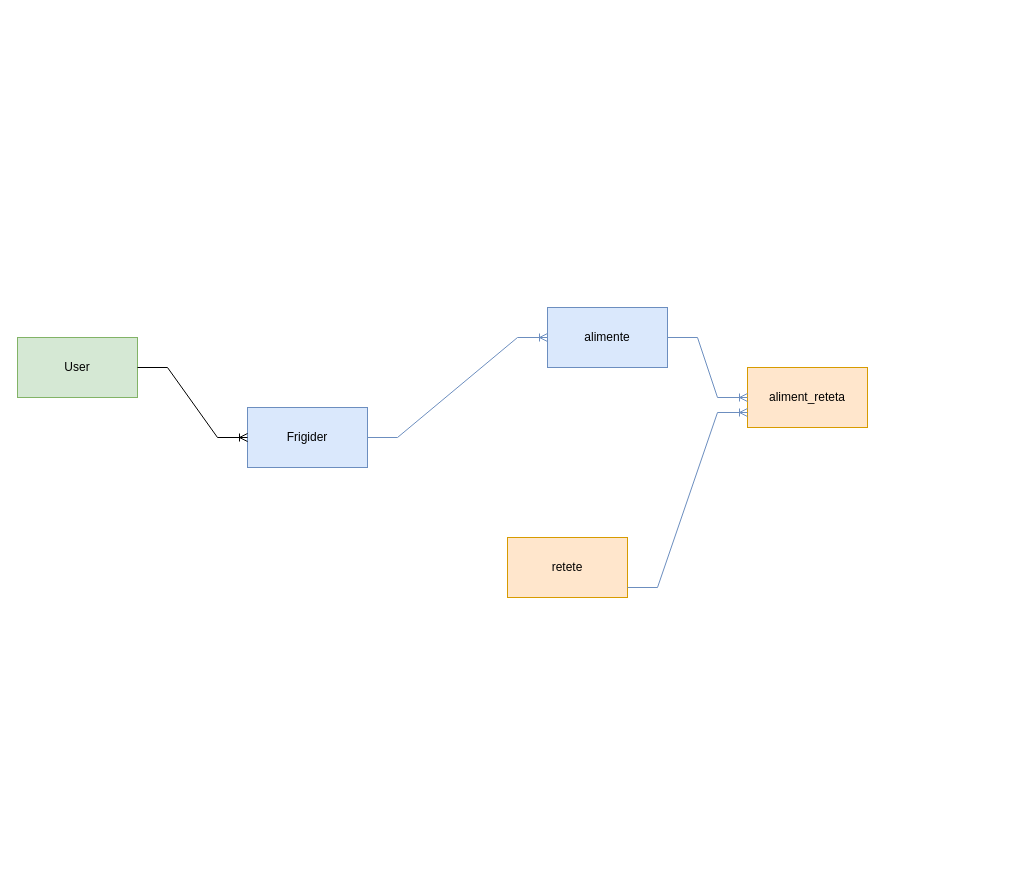
VictorCiocan/MyFridgeRecipes keeps this draw.io diagram as Diagramă fără titlu.drawio. Above is the earlier version. Source tidied: cells renumbered, new cells numbered last; positions are measured from the earlier drawing's top-left corner, leaving out a move shared by most shapes. Both pictures are drawn from the tidied source at 100%, with x=0, y=0 at pixel (17, 307).
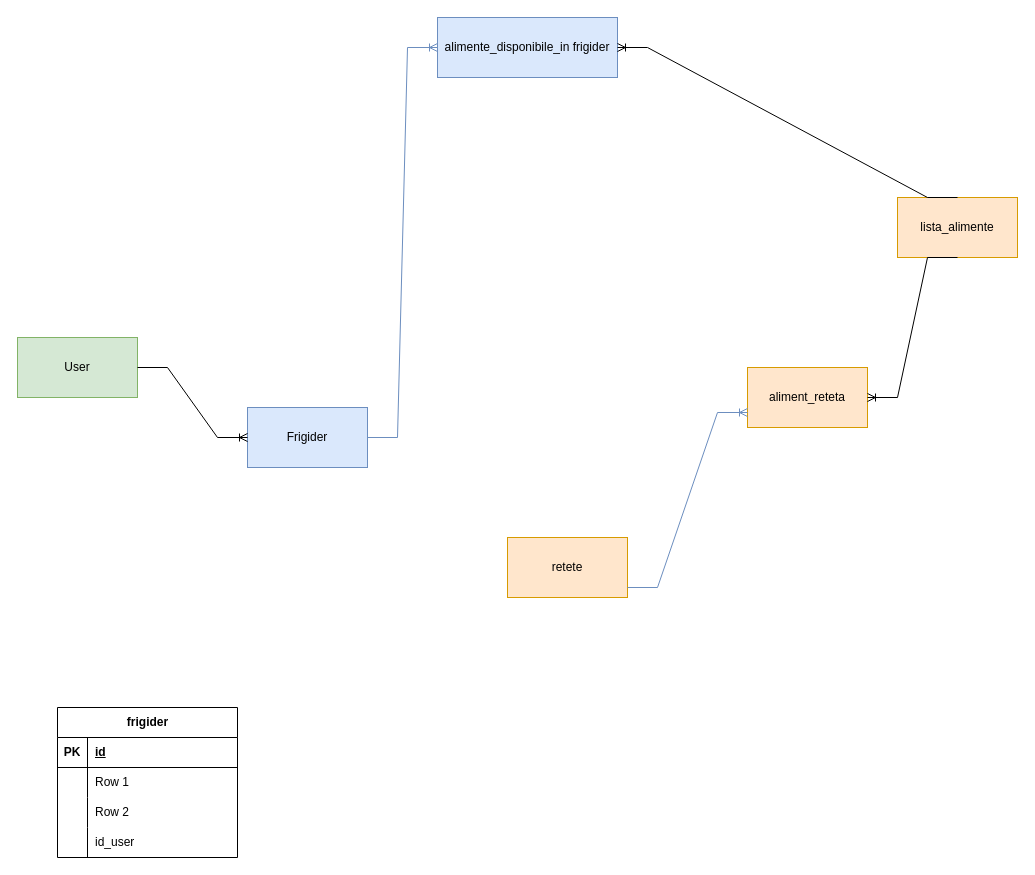
The same diagram, later.

Unchanged cells that the change refers to:
```xml
<mxCell id="8" value="aliment_reteta" style="rounded=0;whiteSpace=wrap;html=1;fillColor=#ffe6cc;strokeColor=#d79b00;" parent="1" vertex="1">
  <mxGeometry x="730" y="60" width="120" height="60" as="geometry" />
</mxCell>
```

Change to the diagram source:
```diff
@@
-    <mxCell id="4" value="alimente" style="rounded=0;whiteSpace=wrap;html=1;fillColor=#dae8fc;strokeColor=#6c8ebf;" parent="1" vertex="1">
-      <mxGeometry x="530" width="120" height="60" as="geometry" />
+    <mxCell id="4" value="alimente_disponibile_in frigider" style="rounded=0;whiteSpace=wrap;html=1;fillColor=#dae8fc;strokeColor=#6c8ebf;" parent="1" vertex="1">
+      <mxGeometry x="420" y="-290" width="180" height="60" as="geometry" />
     </mxCell>
@@
-    <mxCell id="9" style="edgeStyle=entityRelationEdgeStyle;fontSize=12;html=1;endArrow=ERoneToMany;rounded=0;exitX=1;exitY=0.5;exitDx=0;exitDy=0;entryX=0;entryY=0.5;entryDx=0;entryDy=0;fillColor=#dae8fc;strokeColor=#6c8ebf;" parent="1" edge="1" source="4" target="8">
-      <mxGeometry relative="1" as="geometry" />
-    </mxCell>
@@
+    <mxCell id="11" value="lista_alimente" style="rounded=0;whiteSpace=wrap;html=1;fillColor=#ffe6cc;strokeColor=#d79b00;" parent="1" vertex="1">
+      <mxGeometry x="880" y="-110" width="120" height="60" as="geometry" />
+    </mxCell>
+    <mxCell id="12" style="edgeStyle=entityRelationEdgeStyle;fontSize=12;html=1;endArrow=ERoneToMany;rounded=0;exitX=0.5;exitY=1;exitDx=0;exitDy=0;entryX=1;entryY=0.5;entryDx=0;entryDy=0;" parent="1" edge="1" source="11" target="8">
+      <mxGeometry relative="1" as="geometry" />
+    </mxCell>
+    <mxCell id="13" style="edgeStyle=entityRelationEdgeStyle;fontSize=12;html=1;endArrow=ERoneToMany;rounded=0;exitX=0.5;exitY=0;exitDx=0;exitDy=0;entryX=1;entryY=0.5;entryDx=0;entryDy=0;" parent="1" edge="1" source="11" target="4">
+      <mxGeometry relative="1" as="geometry" />
+    </mxCell>
+    <mxCell id="14" value="frigider" style="shape=table;startSize=30;childLayout=tableLayout;rowLines=0;fontStyle=1;align=center;html=1;" parent="1" vertex="1">
+      <mxGeometry x="40" y="400" width="180" height="150" as="geometry" />
+    </mxCell>
+    <mxCell id="15" style="shape=tableRow;horizontal=0;startSize=0;swimlaneHead=0;swimlaneBody=0;fillColor=none;top=0;left=0;right=0;bottom=1;" parent="14" vertex="1">
+      <mxGeometry y="30" width="180" height="30" as="geometry" />
+    </mxCell>
+    <mxCell id="16" value="PK" style="shape=partialRectangle;fillColor=none;top=0;left=0;bottom=0;right=0;fontStyle=1;overflow=hidden;whiteSpace=wrap;html=1;" parent="15" vertex="1">
+      <mxGeometry width="30" height="30" as="geometry" />
+    </mxCell>
+    <mxCell id="17" value="id" style="shape=partialRectangle;fillColor=none;top=0;left=0;bottom=0;right=0;align=left;spacingLeft=6;fontStyle=5;overflow=hidden;whiteSpace=wrap;html=1;" parent="15" vertex="1">
+      <mxGeometry x="30" width="150" height="30" as="geometry" />
+    </mxCell>
+    <mxCell id="18" style="shape=tableRow;horizontal=0;startSize=0;swimlaneHead=0;swimlaneBody=0;fillColor=none;top=0;left=0;right=0;bottom=0;" parent="14" vertex="1">
+      <mxGeometry y="60" width="180" height="30" as="geometry" />
+    </mxCell>
+    <mxCell id="19" style="shape=partialRectangle;fillColor=none;top=0;left=0;bottom=0;right=0;overflow=hidden;whiteSpace=wrap;html=1;" parent="18" vertex="1">
+      <mxGeometry width="30" height="30" as="geometry" />
+    </mxCell>
+    <mxCell id="20" value="Row 1" style="shape=partialRectangle;fillColor=none;top=0;left=0;bottom=0;right=0;align=left;spacingLeft=6;overflow=hidden;whiteSpace=wrap;html=1;" parent="18" vertex="1">
+      <mxGeometry x="30" width="150" height="30" as="geometry" />
+    </mxCell>
+    <mxCell id="21" style="shape=tableRow;horizontal=0;startSize=0;swimlaneHead=0;swimlaneBody=0;fillColor=none;top=0;left=0;right=0;bottom=0;" parent="14" vertex="1">
+      <mxGeometry y="90" width="180" height="30" as="geometry" />
+    </mxCell>
+    <mxCell id="22" style="shape=partialRectangle;fillColor=none;top=0;left=0;bottom=0;right=0;overflow=hidden;whiteSpace=wrap;html=1;" parent="21" vertex="1">
+      <mxGeometry width="30" height="30" as="geometry" />
+    </mxCell>
+    <mxCell id="23" value="Row 2" style="shape=partialRectangle;fillColor=none;top=0;left=0;bottom=0;right=0;align=left;spacingLeft=6;overflow=hidden;whiteSpace=wrap;html=1;" parent="21" vertex="1">
+      <mxGeometry x="30" width="150" height="30" as="geometry" />
+    </mxCell>
+    <mxCell id="24" style="shape=tableRow;horizontal=0;startSize=0;swimlaneHead=0;swimlaneBody=0;fillColor=none;top=0;left=0;right=0;bottom=0;" parent="14" vertex="1">
+      <mxGeometry y="120" width="180" height="30" as="geometry" />
+    </mxCell>
+    <mxCell id="25" style="shape=partialRectangle;fillColor=none;top=0;left=0;bottom=0;right=0;overflow=hidden;whiteSpace=wrap;html=1;" parent="24" vertex="1">
+      <mxGeometry width="30" height="30" as="geometry" />
+    </mxCell>
+    <mxCell id="26" value="id_user" style="shape=partialRectangle;fillColor=none;top=0;left=0;bottom=0;right=0;align=left;spacingLeft=6;overflow=hidden;whiteSpace=wrap;html=1;" parent="24" vertex="1">
+      <mxGeometry x="30" width="150" height="30" as="geometry" />
+    </mxCell>
```
